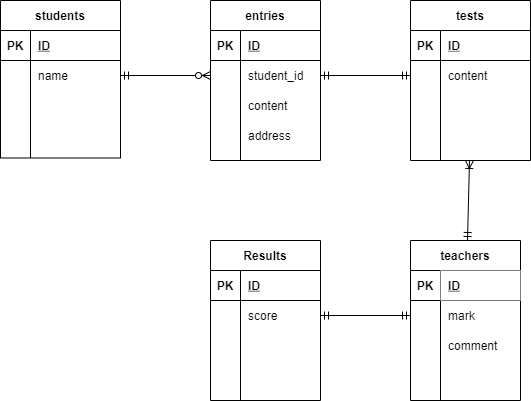
Rise-K/coachtech-db-practice keeps this draw.io diagram as index.drawio.png. Above is the earlier version. Source tidied: cells renumbered, new cells last; positions are measured from the earlier drawing's top-left corner, leaving out a move shared by most shapes.
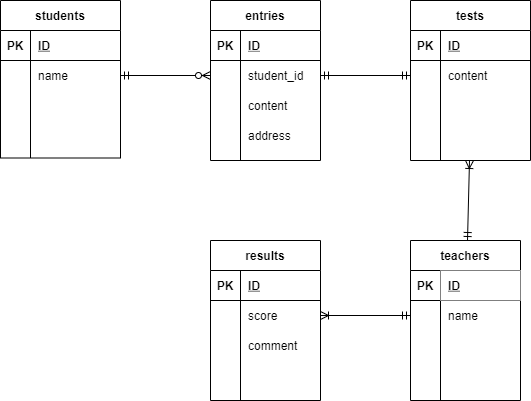
Above is the later version.

Commit message:
アトリビュートの修正

The edit, as a diff of the source:
```diff
@@ -59,7 +59,7 @@
     <mxCell id="20" style="shape=partialRectangle;fillColor=none;top=0;left=0;bottom=0;right=0;overflow=hidden;" parent="19" vertex="1">
       <mxGeometry width="30" height="30" as="geometry" />
     </mxCell>
-    <mxCell id="21" value="mark" style="shape=partialRectangle;fillColor=none;top=0;left=0;bottom=0;right=0;align=left;spacingLeft=6;overflow=hidden;" parent="19" vertex="1">
+    <mxCell id="21" value="name" style="shape=partialRectangle;fillColor=none;top=0;left=0;bottom=0;right=0;align=left;spacingLeft=6;overflow=hidden;" parent="19" vertex="1">
       <mxGeometry x="30" width="80" height="30" as="geometry" />
     </mxCell>
     <mxCell id="22" style="shape=partialRectangle;fillColor=none;top=0;left=0;bottom=0;right=0;" parent="15" vertex="1">
@@ -68,7 +68,7 @@
     <mxCell id="23" style="shape=partialRectangle;fillColor=none;top=0;left=0;bottom=0;right=0;overflow=hidden;" parent="22" vertex="1">
       <mxGeometry width="30" height="30" as="geometry" />
     </mxCell>
-    <mxCell id="24" value="comment" style="shape=partialRectangle;fillColor=none;top=0;left=0;bottom=0;right=0;align=left;spacingLeft=6;overflow=hidden;" parent="22" vertex="1">
+    <mxCell id="24" style="shape=partialRectangle;fillColor=none;top=0;left=0;bottom=0;right=0;align=left;spacingLeft=6;overflow=hidden;" parent="22" vertex="1">
       <mxGeometry x="30" width="80" height="30" as="geometry" />
     </mxCell>
     <mxCell id="25" style="shape=partialRectangle;fillColor=none;top=0;left=0;bottom=0;right=0;" parent="15" vertex="1">
@@ -166,7 +166,7 @@
     <mxCell id="55" style="fontSize=12;html=1;endArrow=ERmandOne;startArrow=ERmandOne;entryX=0;entryY=0.5;entryDx=0;entryDy=0;exitX=1;exitY=0.5;exitDx=0;exitDy=0;" parent="1" edge="1" source="46" target="32">
       <mxGeometry relative="1" as="geometry" />
     </mxCell>
-    <mxCell id="56" value="Results" style="shape=table;startSize=30;rowLines=0;fontStyle=1;align=center;" parent="1" vertex="1">
+    <mxCell id="56" value="results" style="shape=table;startSize=30;rowLines=0;fontStyle=1;align=center;" parent="1" vertex="1">
       <mxGeometry x="210" y="240" width="110" height="160" as="geometry" />
     </mxCell>
     <mxCell id="57" style="shape=partialRectangle;fillColor=none;top=0;left=0;bottom=1;right=0;" parent="56" vertex="1">
@@ -193,7 +193,7 @@
     <mxCell id="64" style="shape=partialRectangle;fillColor=none;top=0;left=0;bottom=0;right=0;overflow=hidden;" parent="63" vertex="1">
       <mxGeometry width="30" height="30" as="geometry" />
     </mxCell>
-    <mxCell id="65" style="shape=partialRectangle;fillColor=none;top=0;left=0;bottom=0;right=0;align=left;spacingLeft=6;overflow=hidden;" parent="63" vertex="1">
+    <mxCell id="65" value="comment" style="shape=partialRectangle;fillColor=none;top=0;left=0;bottom=0;right=0;align=left;spacingLeft=6;overflow=hidden;" parent="63" vertex="1">
       <mxGeometry x="30" width="80" height="30" as="geometry" />
     </mxCell>
     <mxCell id="66" style="shape=partialRectangle;fillColor=none;top=0;left=0;bottom=0;right=0;" parent="56" vertex="1">
@@ -210,7 +210,7 @@
         <mxPoint x="469" y="160" as="targetPoint" />
       </mxGeometry>
     </mxCell>
-    <mxCell id="70" style="fontSize=12;html=1;endArrow=ERmandOne;startArrow=ERmandOne;entryX=0;entryY=0.5;entryDx=0;entryDy=0;exitX=1;exitY=0.5;exitDx=0;exitDy=0;" parent="1" edge="1" source="60" target="19">
+    <mxCell id="70" style="fontSize=12;html=1;endArrow=ERoneToMany;startArrow=ERmandOne;entryX=1;entryY=0.5;entryDx=0;entryDy=0;exitX=0;exitY=0.5;exitDx=0;exitDy=0;" parent="1" edge="1" source="19" target="60">
       <mxGeometry relative="1" as="geometry" />
     </mxCell>
   </root>
```
